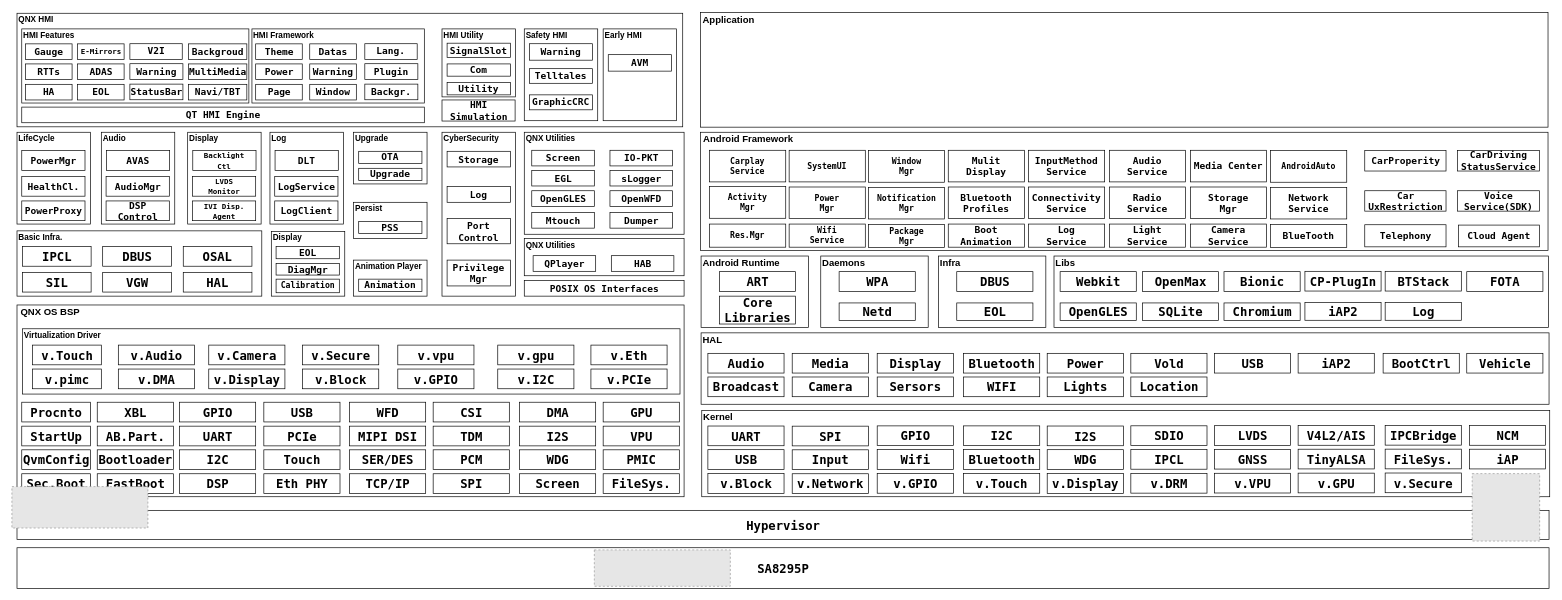
Before: AndroidAndQNX_8295.drawio in qxcjust/allkindsofArchitecture, a draw.io diagram. Source tidied: cells renumbered, new cells numbered last; positions are measured from the earlier drawing's top-left corner, leaving out a move shared by most shapes. Both pictures are drawn from the tidied source at 68%, with x=0, y=0 at pixel (12, 12). Pictures stored in the file or linked from it are replaced by grey dashed boxes.
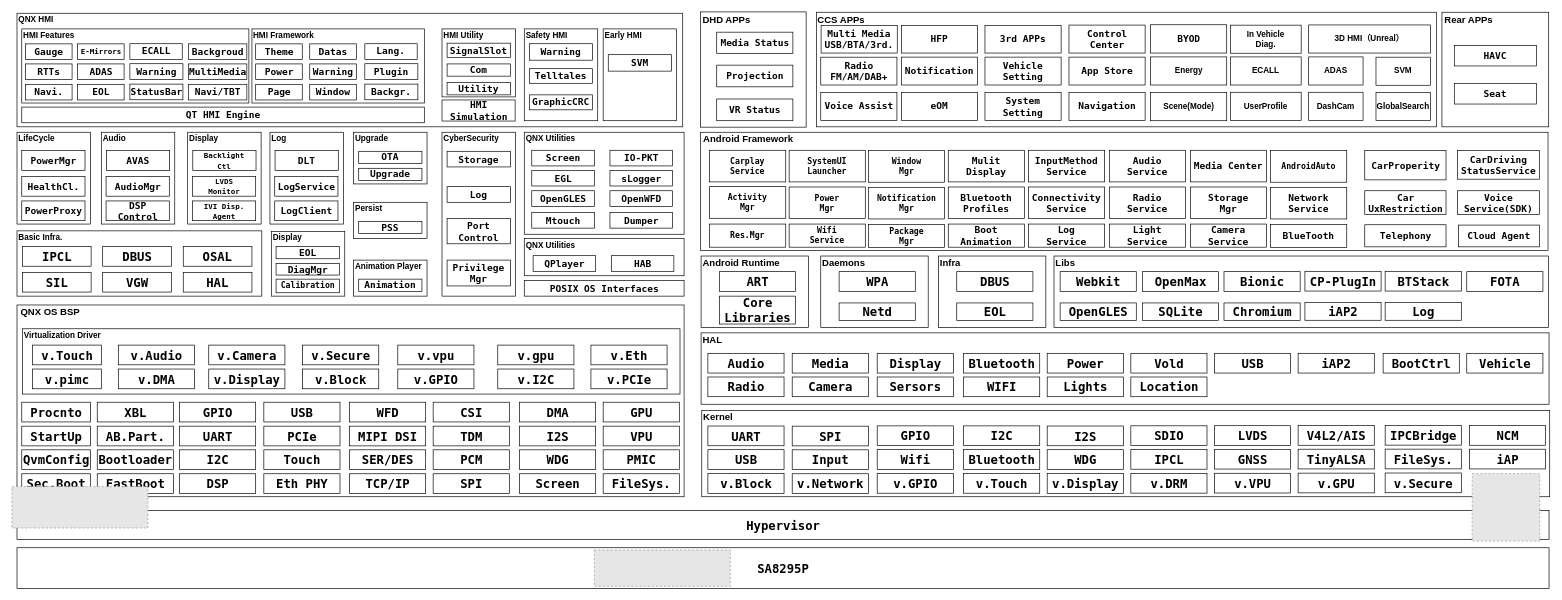
The same diagram, later.

The edit, as a diff of the source:
```diff
@@
-    <mxCell id="126" value="&lt;font face=&quot;Lucida Console&quot;&gt;&lt;span style=&quot;font-size: 14px;&quot;&gt;HA&lt;/span&gt;&lt;/font&gt;" style="rounded=0;whiteSpace=wrap;html=1;fontStyle=1;align=center;" parent="1" vertex="1">
+    <mxCell id="126" value="&lt;font face=&quot;Lucida Console&quot;&gt;&lt;span style=&quot;font-size: 14px;&quot;&gt;Navi.&lt;/span&gt;&lt;/font&gt;" style="rounded=0;whiteSpace=wrap;html=1;fontStyle=1;align=center;" parent="1" vertex="1">
       <mxGeometry x="20" y="105.5" width="68.5" height="23" as="geometry" />
     </mxCell>
@@
-    <mxCell id="130" value="&lt;font face=&quot;Lucida Console&quot;&gt;&lt;span style=&quot;font-size: 14px;&quot;&gt;V2I&lt;/span&gt;&lt;/font&gt;" style="rounded=0;whiteSpace=wrap;html=1;fontStyle=1;align=center;" parent="1" vertex="1">
+    <mxCell id="130" value="&lt;font face=&quot;Lucida Console&quot;&gt;&lt;span style=&quot;font-size: 14px;&quot;&gt;ECALL&lt;/span&gt;&lt;/font&gt;" style="rounded=0;whiteSpace=wrap;html=1;fontStyle=1;align=center;" parent="1" vertex="1">
       <mxGeometry x="173.5" y="45.8" width="77" height="23" as="geometry" />
     </mxCell>
@@
-    <mxCell id="161" value="&lt;font face=&quot;Lucida Console&quot;&gt;&lt;span style=&quot;font-size: 14px;&quot;&gt;AVM&lt;/span&gt;&lt;/font&gt;" style="rounded=0;whiteSpace=wrap;html=1;fontStyle=1;align=center;" parent="1" vertex="1">
+    <mxCell id="161" value="&lt;font face=&quot;Lucida Console&quot;&gt;&lt;span style=&quot;font-size: 14px;&quot;&gt;SVM&lt;/span&gt;&lt;/font&gt;" style="rounded=0;whiteSpace=wrap;html=1;fontStyle=1;align=center;" parent="1" vertex="1">
       <mxGeometry x="877" y="61.9" width="93" height="24.2" as="geometry" />
     </mxCell>
@@
-    <mxCell id="197" value="&lt;font face=&quot;Lucida Console&quot;&gt;&lt;span style=&quot;font-size: 18px;&quot;&gt;Broadcast&lt;/span&gt;&lt;/font&gt;" style="rounded=0;whiteSpace=wrap;html=1;fontStyle=1;align=center;" parent="1" vertex="1">
+    <mxCell id="197" value="&lt;font face=&quot;Lucida Console&quot;&gt;&lt;span style=&quot;font-size: 18px;&quot;&gt;Radio&lt;/span&gt;&lt;/font&gt;" style="rounded=0;whiteSpace=wrap;html=1;fontStyle=1;align=center;" parent="1" vertex="1">
       <mxGeometry x="1023.5" y="535.9" width="112" height="29" as="geometry" />
     </mxCell>
@@
-    <mxCell id="240" value="&lt;font face=&quot;Lucida Console&quot; style=&quot;font-size: 12px;&quot;&gt;SystemUI&lt;/font&gt;" style="rounded=0;whiteSpace=wrap;html=1;fontStyle=1;align=center;" parent="1" vertex="1">
+    <mxCell id="240" value="&lt;font face=&quot;Lucida Console&quot; style=&quot;font-size: 12px;&quot;&gt;SystemUI&lt;/font&gt;&lt;div&gt;&lt;font face=&quot;Lucida Console&quot;&gt;Launcher&lt;/font&gt;&lt;/div&gt;" style="rounded=0;whiteSpace=wrap;html=1;fontStyle=1;align=center;" parent="1" vertex="1">
       <mxGeometry x="1143" y="202.5" width="112" height="46.5" as="geometry" />
     </mxCell>
@@
     <mxCell id="263" value="&lt;font face=&quot;Lucida Console&quot;&gt;&lt;span style=&quot;font-size: 14px;&quot;&gt;CarProperity&lt;/span&gt;&lt;/font&gt;" style="rounded=0;whiteSpace=wrap;html=1;fontStyle=1;align=center;" parent="1" vertex="1">
-      <mxGeometry x="1989.5" y="203" width="119.5" height="30" as="geometry" />
+      <mxGeometry x="1989.5" y="203" width="119.5" height="43" as="geometry" />
     </mxCell>
     <mxCell id="264" value="&lt;font face=&quot;Lucida Console&quot;&gt;&lt;span style=&quot;font-size: 14px;&quot;&gt;CarDriving&lt;/span&gt;&lt;/font&gt;&lt;div&gt;&lt;font face=&quot;Lucida Console&quot;&gt;&lt;span style=&quot;font-size: 14px;&quot;&gt;StatusService&lt;/span&gt;&lt;/font&gt;&lt;/div&gt;" style="rounded=0;whiteSpace=wrap;html=1;fontStyle=1;align=center;" parent="1" vertex="1">
-      <mxGeometry x="2126" y="203" width="120.7" height="30" as="geometry" />
+      <mxGeometry x="2126" y="203" width="120.7" height="42" as="geometry" />
     </mxCell>
     <mxCell id="265" value="&lt;font face=&quot;Lucida Console&quot;&gt;&lt;span style=&quot;font-size: 14px;&quot;&gt;Car&lt;/span&gt;&lt;/font&gt;&lt;div&gt;&lt;font face=&quot;Lucida Console&quot;&gt;&lt;span style=&quot;font-size: 14px;&quot;&gt;UxRestriction&lt;/span&gt;&lt;/font&gt;&lt;/div&gt;" style="rounded=0;whiteSpace=wrap;html=1;fontStyle=1;align=center;" parent="1" vertex="1">
-      <mxGeometry x="1989.5" y="262" width="119.5" height="30" as="geometry" />
+      <mxGeometry x="1989.5" y="262" width="119.5" height="35" as="geometry" />
     </mxCell>
     <mxCell id="266" value="&lt;font face=&quot;Lucida Console&quot;&gt;&lt;span style=&quot;font-size: 14px;&quot;&gt;Voice&lt;/span&gt;&lt;/font&gt;&lt;div&gt;&lt;font face=&quot;Lucida Console&quot;&gt;&lt;span style=&quot;font-size: 14px;&quot;&gt;Service(SDK)&lt;/span&gt;&lt;/font&gt;&lt;/div&gt;" style="rounded=0;whiteSpace=wrap;html=1;fontStyle=1;align=center;" parent="1" vertex="1">
-      <mxGeometry x="2126" y="262" width="120.7" height="30" as="geometry" />
+      <mxGeometry x="2126" y="262" width="120.7" height="35" as="geometry" />
     </mxCell>
@@
     <mxCell id="269" style="rounded=0;whiteSpace=wrap;html=1;fontStyle=1;align=center;" parent="1" vertex="1">
-      <mxGeometry x="1012.5" width="1246.5" height="168.5" as="geometry" />
+      <mxGeometry x="1012.5" y="-1" width="155.5" height="169.5" as="geometry" />
     </mxCell>
-    <mxCell id="270" value="&lt;font style=&quot;font-size: 14px;&quot;&gt;Application&lt;/font&gt;" style="text;html=1;whiteSpace=wrap;strokeColor=none;fillColor=none;align=left;verticalAlign=middle;rounded=0;fontStyle=1;" parent="1" vertex="1">
+    <mxCell id="270" value="&lt;font style=&quot;font-size: 14px;&quot;&gt;DHD APPs&lt;/font&gt;" style="text;html=1;whiteSpace=wrap;strokeColor=none;fillColor=none;align=left;verticalAlign=middle;rounded=0;fontStyle=1;" parent="1" vertex="1">
       <mxGeometry x="1013.5" y="1" width="238.5" height="19" as="geometry" />
     </mxCell>
+    <mxCell id="271" style="rounded=0;whiteSpace=wrap;html=1;fontStyle=1;align=center;" parent="1" vertex="1">
+      <mxGeometry x="1183" y="-0.5" width="912" height="168.5" as="geometry" />
+    </mxCell>
+    <mxCell id="272" value="&lt;font style=&quot;font-size: 14px;&quot;&gt;CCS APPs&lt;/font&gt;" style="text;html=1;whiteSpace=wrap;strokeColor=none;fillColor=none;align=left;verticalAlign=middle;rounded=0;fontStyle=1;" parent="1" vertex="1">
+      <mxGeometry x="1183" y="1" width="238.5" height="19" as="geometry" />
+    </mxCell>
+    <mxCell id="273" style="rounded=0;whiteSpace=wrap;html=1;fontStyle=1;align=center;" parent="1" vertex="1">
+      <mxGeometry x="2103" y="-0.5" width="157" height="168.5" as="geometry" />
+    </mxCell>
+    <mxCell id="274" value="&lt;font style=&quot;font-size: 14px;&quot;&gt;Rear APPs&lt;/font&gt;" style="text;html=1;whiteSpace=wrap;strokeColor=none;fillColor=none;align=left;verticalAlign=middle;rounded=0;fontStyle=1;" parent="1" vertex="1">
+      <mxGeometry x="2105" y="1" width="115" height="19" as="geometry" />
+    </mxCell>
+    <mxCell id="275" value="&lt;font face=&quot;Lucida Console&quot;&gt;&lt;span style=&quot;font-size: 14px;&quot;&gt;HAVC&lt;/span&gt;&lt;/font&gt;" style="rounded=0;whiteSpace=wrap;html=1;fontStyle=1;align=center;" parent="1" vertex="1">
+      <mxGeometry x="2121.2" y="48.5" width="120.7" height="30" as="geometry" />
+    </mxCell>
+    <mxCell id="276" value="&lt;font face=&quot;Lucida Console&quot;&gt;&lt;span style=&quot;font-size: 14px;&quot;&gt;Seat&lt;/span&gt;&lt;/font&gt;" style="rounded=0;whiteSpace=wrap;html=1;fontStyle=1;align=center;" parent="1" vertex="1">
+      <mxGeometry x="2121.2" y="104.5" width="120.7" height="30" as="geometry" />
+    </mxCell>
+    <mxCell id="277" value="&lt;font face=&quot;Lucida Console&quot;&gt;&lt;span style=&quot;font-size: 14px;&quot;&gt;Media Status&lt;/span&gt;&lt;/font&gt;" style="rounded=0;whiteSpace=wrap;html=1;fontStyle=1;align=center;" parent="1" vertex="1">
+      <mxGeometry x="1036.5" y="28.8" width="112" height="31.2" as="geometry" />
+    </mxCell>
+    <mxCell id="278" value="&lt;font face=&quot;Lucida Console&quot;&gt;&lt;span style=&quot;font-size: 14px;&quot;&gt;Multi Media&lt;/span&gt;&lt;/font&gt;&lt;div&gt;&lt;font face=&quot;Lucida Console&quot;&gt;&lt;span style=&quot;font-size: 14px;&quot;&gt;USB/BTA/3rd.&lt;/span&gt;&lt;/font&gt;&lt;/div&gt;" style="rounded=0;whiteSpace=wrap;html=1;fontStyle=1;align=center;" parent="1" vertex="1">
+      <mxGeometry x="1190" y="19" width="112" height="40.5" as="geometry" />
+    </mxCell>
+    <mxCell id="279" value="&lt;font face=&quot;Lucida Console&quot;&gt;&lt;span style=&quot;font-size: 14px;&quot;&gt;Radio&lt;/span&gt;&lt;/font&gt;&lt;div&gt;&lt;font face=&quot;Lucida Console&quot;&gt;&lt;span style=&quot;font-size: 14px;&quot;&gt;FM/AM/DAB+&lt;/span&gt;&lt;/font&gt;&lt;/div&gt;" style="rounded=0;whiteSpace=wrap;html=1;fontStyle=1;align=center;" parent="1" vertex="1">
+      <mxGeometry x="1189.5" y="65.6" width="112" height="40.9" as="geometry" />
+    </mxCell>
+    <mxCell id="280" value="&lt;font face=&quot;Lucida Console&quot;&gt;&lt;span style=&quot;font-size: 14px;&quot;&gt;HFP&lt;/span&gt;&lt;/font&gt;" style="rounded=0;whiteSpace=wrap;html=1;fontStyle=1;align=center;" parent="1" vertex="1">
+      <mxGeometry x="1308" y="18.9" width="112" height="40.6" as="geometry" />
+    </mxCell>
+    <mxCell id="281" value="&lt;font face=&quot;Lucida Console&quot;&gt;&lt;span style=&quot;font-size: 14px;&quot;&gt;Notification&lt;/span&gt;&lt;/font&gt;" style="rounded=0;whiteSpace=wrap;html=1;fontStyle=1;align=center;" parent="1" vertex="1">
+      <mxGeometry x="1308" y="65.5" width="112" height="41" as="geometry" />
+    </mxCell>
+    <mxCell id="282" value="&lt;font face=&quot;Lucida Console&quot;&gt;&lt;span style=&quot;font-size: 14px;&quot;&gt;3rd APPs&lt;/span&gt;&lt;/font&gt;" style="rounded=0;whiteSpace=wrap;html=1;fontStyle=1;align=center;" parent="1" vertex="1">
+      <mxGeometry x="1431" y="18.9" width="112" height="40.6" as="geometry" />
+    </mxCell>
+    <mxCell id="283" value="&lt;font face=&quot;Lucida Console&quot;&gt;&lt;span style=&quot;font-size: 14px;&quot;&gt;Projection&lt;/span&gt;&lt;/font&gt;" style="rounded=0;whiteSpace=wrap;html=1;fontStyle=1;align=center;" parent="1" vertex="1">
+      <mxGeometry x="1036.5" y="77.3" width="112" height="31.9" as="geometry" />
+    </mxCell>
+    <mxCell id="284" value="&lt;div&gt;&lt;font face=&quot;Lucida Console&quot;&gt;&lt;span style=&quot;font-size: 14px;&quot;&gt;Vehicle&lt;/span&gt;&lt;/font&gt;&lt;/div&gt;&lt;font face=&quot;Lucida Console&quot;&gt;&lt;span style=&quot;font-size: 14px;&quot;&gt;Setting&lt;/span&gt;&lt;/font&gt;" style="rounded=0;whiteSpace=wrap;html=1;fontStyle=1;align=center;" parent="1" vertex="1">
+      <mxGeometry x="1431" y="65.5" width="112" height="41" as="geometry" />
+    </mxCell>
+    <mxCell id="285" value="&lt;div&gt;&lt;font face=&quot;Lucida Console&quot;&gt;&lt;span style=&quot;font-size: 14px;&quot;&gt;App Store&lt;/span&gt;&lt;/font&gt;&lt;/div&gt;" style="rounded=0;whiteSpace=wrap;html=1;fontStyle=1;align=center;" parent="1" vertex="1">
+      <mxGeometry x="1554.5" y="65.5" width="112" height="41" as="geometry" />
+    </mxCell>
+    <mxCell id="286" value="&lt;div&gt;&lt;font face=&quot;Lucida Console&quot;&gt;&lt;span style=&quot;font-size: 14px;&quot;&gt;Control Center&lt;/span&gt;&lt;/font&gt;&lt;/div&gt;" style="rounded=0;whiteSpace=wrap;html=1;fontStyle=1;align=center;" parent="1" vertex="1">
+      <mxGeometry x="1554.5" y="18.4" width="112" height="41.1" as="geometry" />
+    </mxCell>
+    <mxCell id="287" value="&lt;div&gt;&lt;font face=&quot;Lucida Console&quot;&gt;&lt;span style=&quot;font-size: 14px;&quot;&gt;BYOD&lt;/span&gt;&lt;/font&gt;&lt;/div&gt;" style="rounded=0;whiteSpace=wrap;html=1;fontStyle=1;align=center;" parent="1" vertex="1">
+      <mxGeometry x="1674.5" y="17.9" width="112" height="41.6" as="geometry" />
+    </mxCell>
+    <mxCell id="288" value="&lt;font face=&quot;Lucida Console&quot;&gt;&lt;span style=&quot;font-size: 14px;&quot;&gt;Voice Assist&lt;/span&gt;&lt;/font&gt;" style="rounded=0;whiteSpace=wrap;html=1;fontStyle=1;align=center;" parent="1" vertex="1">
+      <mxGeometry x="1189.5" y="117.6" width="112" height="40.9" as="geometry" />
+    </mxCell>
+    <mxCell id="289" value="&lt;font face=&quot;Lucida Console&quot;&gt;&lt;span style=&quot;font-size: 14px;&quot;&gt;eOM&lt;/span&gt;&lt;/font&gt;" style="rounded=0;whiteSpace=wrap;html=1;fontStyle=1;align=center;" parent="1" vertex="1">
+      <mxGeometry x="1308" y="117.5" width="112" height="41" as="geometry" />
+    </mxCell>
+    <mxCell id="290" value="&lt;div&gt;&lt;font face=&quot;Lucida Console&quot;&gt;&lt;span style=&quot;font-size: 14px;&quot;&gt;System&lt;/span&gt;&lt;/font&gt;&lt;/div&gt;&lt;font face=&quot;Lucida Console&quot;&gt;&lt;span style=&quot;font-size: 14px;&quot;&gt;Setting&lt;/span&gt;&lt;/font&gt;" style="rounded=0;whiteSpace=wrap;html=1;fontStyle=1;align=center;" parent="1" vertex="1">
+      <mxGeometry x="1431" y="117.5" width="112" height="41" as="geometry" />
+    </mxCell>
+    <mxCell id="291" value="&lt;div&gt;&lt;font face=&quot;Lucida Console&quot;&gt;&lt;span style=&quot;font-size: 14px;&quot;&gt;Navigation&lt;/span&gt;&lt;/font&gt;&lt;/div&gt;" style="rounded=0;whiteSpace=wrap;html=1;fontStyle=1;align=center;" parent="1" vertex="1">
+      <mxGeometry x="1554.5" y="117.5" width="112" height="41" as="geometry" />
+    </mxCell>
+    <mxCell id="292" value="&lt;font face=&quot;Lucida Console&quot;&gt;&lt;span style=&quot;font-size: 14px;&quot;&gt;VR Status&lt;/span&gt;&lt;/font&gt;" style="rounded=0;whiteSpace=wrap;html=1;fontStyle=1;align=center;" parent="1" vertex="1">
+      <mxGeometry x="1036.5" y="127.1" width="112" height="31.9" as="geometry" />
+    </mxCell>
+    <mxCell id="293" value="Energy" style="rounded=0;whiteSpace=wrap;html=1;fontStyle=1;align=center;" parent="1" vertex="1">
+      <mxGeometry x="1674.5" y="65.2" width="112" height="41.3" as="geometry" />
+    </mxCell>
+    <mxCell id="294" value="Scene(Mode)" style="rounded=0;whiteSpace=wrap;html=1;fontStyle=1;align=center;" parent="1" vertex="1">
+      <mxGeometry x="1674.5" y="117.7" width="112" height="41.3" as="geometry" />
+    </mxCell>
+    <mxCell id="295" value="In Vehicle&lt;div&gt;Diag.&lt;/div&gt;" style="rounded=0;whiteSpace=wrap;html=1;fontStyle=1;align=center;" parent="1" vertex="1">
+      <mxGeometry x="1792" y="18.5" width="104" height="41.3" as="geometry" />
+    </mxCell>
+    <mxCell id="296" value="ECALL" style="rounded=0;whiteSpace=wrap;html=1;fontStyle=1;align=center;" parent="1" vertex="1">
+      <mxGeometry x="1792" y="65.2" width="104" height="41.3" as="geometry" />
+    </mxCell>
+    <mxCell id="297" value="UserProfile" style="rounded=0;whiteSpace=wrap;html=1;fontStyle=1;align=center;" parent="1" vertex="1">
+      <mxGeometry x="1792" y="117.2" width="104" height="41.3" as="geometry" />
+    </mxCell>
+    <mxCell id="298" value="3D HMI（Unreal）" style="rounded=0;whiteSpace=wrap;html=1;fontStyle=1;align=center;" parent="1" vertex="1">
+      <mxGeometry x="1907" y="18.2" width="179" height="41.3" as="geometry" />
+    </mxCell>
+    <mxCell id="299" value="ADAS" style="rounded=0;whiteSpace=wrap;html=1;fontStyle=1;align=center;" parent="1" vertex="1">
+      <mxGeometry x="1907" y="65.2" width="80" height="41.3" as="geometry" />
+    </mxCell>
+    <mxCell id="300" value="SVM" style="rounded=0;whiteSpace=wrap;html=1;fontStyle=1;align=center;" parent="1" vertex="1">
+      <mxGeometry x="2006" y="65.6" width="80" height="41.3" as="geometry" />
+    </mxCell>
+    <mxCell id="301" value="DashCam" style="rounded=0;whiteSpace=wrap;html=1;fontStyle=1;align=center;" parent="1" vertex="1">
+      <mxGeometry x="1907" y="117.2" width="80" height="41.3" as="geometry" />
+    </mxCell>
+    <mxCell id="302" value="GlobalSearch" style="rounded=0;whiteSpace=wrap;html=1;fontStyle=1;align=center;" parent="1" vertex="1">
+      <mxGeometry x="2006" y="117.6" width="80" height="41.3" as="geometry" />
+    </mxCell>
```
